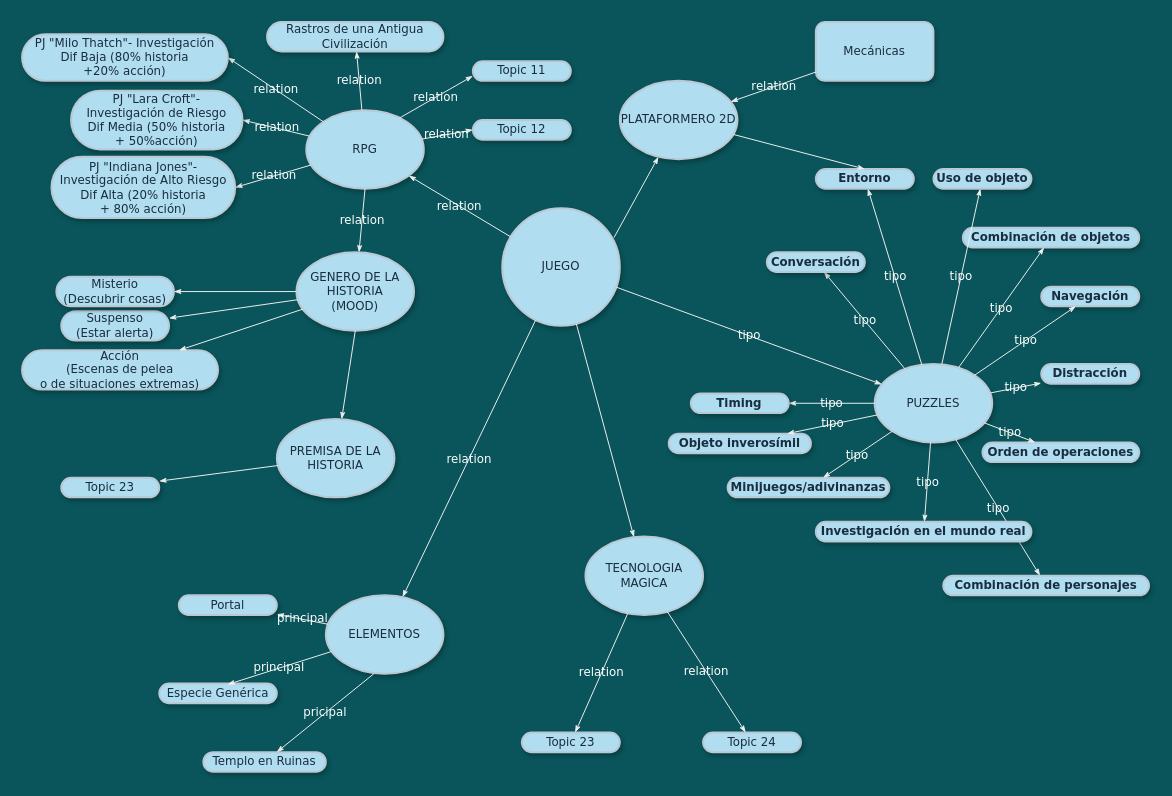
aixairupe/DiagramasRPG keeps this draw.io diagram as page "Page-1" (1 of 2) of mental_map_worldbuilding.drawio. Above is the earlier version. Source tidied: cells renumbered, new cells numbered last; positions are measured from the earlier drawing's top-left corner, leaving out a move shared by most shapes. Both pictures are drawn from the tidied source at 98%, with x=0, y=0 at pixel (22, 22).
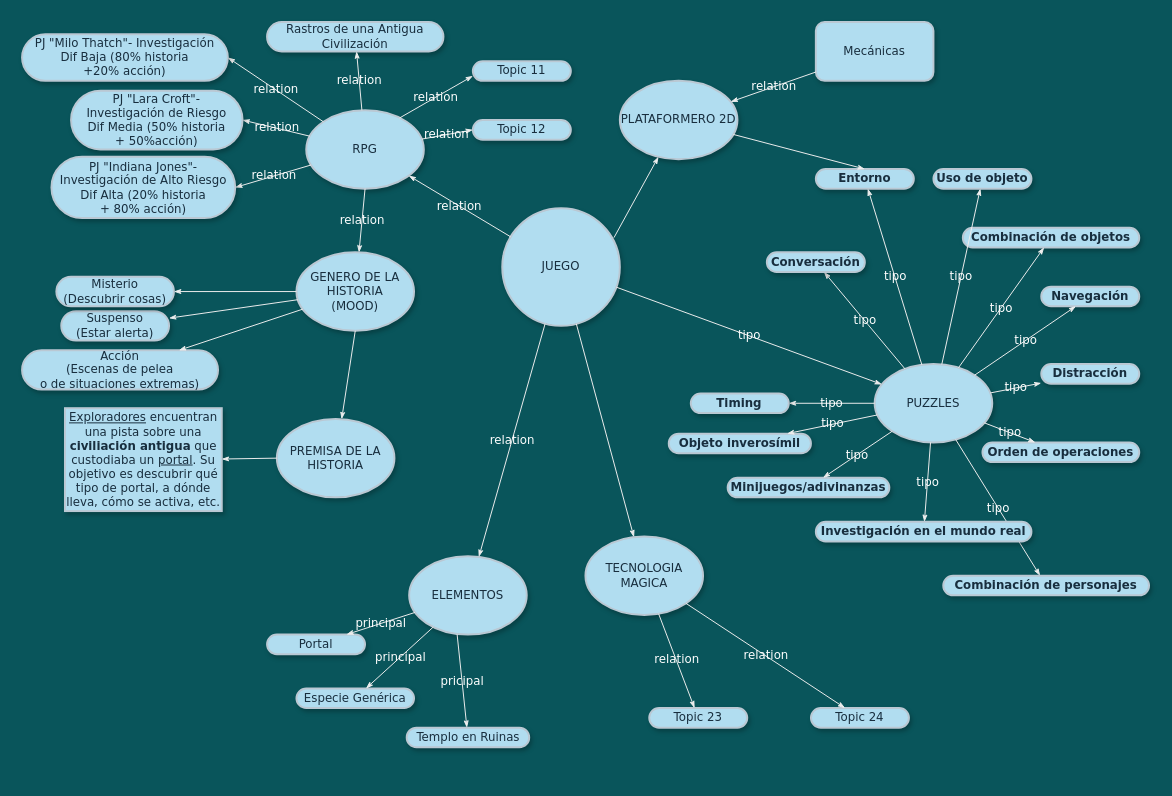
The same page after the edit.

What changed in the source:
```diff
@@
     <mxCell id="7" value="ELEMENTOS" style="ellipse;whiteSpace=wrap;html=1;rounded=1;shadow=1;comic=0;labelBackgroundColor=none;strokeWidth=2;fontFamily=Verdana;fontSize=12;align=center;fillColor=#B1DDF0;strokeColor=#BAC8D3;fontColor=#182E3E;" parent="1" vertex="1">
-      <mxGeometry x="310" y="585" width="120" height="80" as="geometry" />
+      <mxGeometry x="395" y="545" width="120" height="80" as="geometry" />
     </mxCell>
@@
     <mxCell id="36" value="&lt;span&gt;Topic 24&lt;/span&gt;" style="whiteSpace=wrap;html=1;rounded=1;shadow=1;comic=0;labelBackgroundColor=none;strokeWidth=2;fontFamily=Verdana;fontSize=12;align=center;arcSize=50;fillColor=#B1DDF0;strokeColor=#BAC8D3;fontColor=#182E3E;" parent="1" vertex="1">
-      <mxGeometry x="694.9" y="725" width="100" height="20" as="geometry" />
+      <mxGeometry x="805" y="700" width="100" height="20" as="geometry" />
     </mxCell>
     <mxCell id="37" value="&lt;span&gt;Topic 23&lt;/span&gt;" style="whiteSpace=wrap;html=1;rounded=1;shadow=1;comic=0;labelBackgroundColor=none;strokeWidth=2;fontFamily=Verdana;fontSize=12;align=center;arcSize=50;fillColor=#B1DDF0;strokeColor=#BAC8D3;fontColor=#182E3E;" parent="1" vertex="1">
-      <mxGeometry x="510" y="725" width="100" height="20" as="geometry" />
+      <mxGeometry x="640" y="700" width="100" height="20" as="geometry" />
     </mxCell>
@@
     <mxCell id="40" value="&lt;div&gt;Portal&lt;/div&gt;" style="whiteSpace=wrap;html=1;rounded=1;shadow=1;comic=0;labelBackgroundColor=none;strokeWidth=2;fontFamily=Verdana;fontSize=12;align=center;arcSize=50;fillColor=#B1DDF0;strokeColor=#BAC8D3;fontColor=#182E3E;" parent="1" vertex="1">
-      <mxGeometry x="160" y="585" width="100" height="20" as="geometry" />
+      <mxGeometry x="250" y="625" width="100" height="20" as="geometry" />
     </mxCell>
@@
     <mxCell id="48" value="Templo en Ruinas" style="whiteSpace=wrap;html=1;rounded=1;shadow=1;comic=0;labelBackgroundColor=none;strokeWidth=2;fontFamily=Verdana;fontSize=12;align=center;arcSize=50;fillColor=#B1DDF0;strokeColor=#BAC8D3;fontColor=#182E3E;" parent="1" vertex="1">
-      <mxGeometry x="185" y="745" width="125" height="20" as="geometry" />
+      <mxGeometry x="392.5" y="720" width="125" height="20" as="geometry" />
     </mxCell>
@@
     <mxCell id="50" value="Especie Genérica" style="whiteSpace=wrap;html=1;rounded=1;shadow=1;comic=0;labelBackgroundColor=none;strokeWidth=2;fontFamily=Verdana;fontSize=12;align=center;arcSize=50;fillColor=#B1DDF0;strokeColor=#BAC8D3;fontColor=#182E3E;" parent="1" vertex="1">
-      <mxGeometry x="140" y="675" width="120" height="20" as="geometry" />
+      <mxGeometry x="280" y="680" width="120" height="20" as="geometry" />
     </mxCell>
-    <mxCell id="51" value="principal" style="edgeStyle=none;rounded=1;html=1;labelBackgroundColor=none;startArrow=none;startFill=0;startSize=5;endArrow=classicThin;endFill=1;endSize=5;jettySize=auto;strokeColor=#EEEEEE;strokeWidth=1;fontFamily=Verdana;fontSize=12;fontColor=#FFFFFF;entryX=0.58;entryY=0.05;entryDx=0;entryDy=0;entryPerimeter=0;" parent="1" edge="1" source="7" target="50">
+    <mxCell id="51" value="principal" style="edgeStyle=none;rounded=1;html=1;labelBackgroundColor=none;startArrow=none;startFill=0;startSize=5;endArrow=classicThin;endFill=1;endSize=5;jettySize=auto;strokeColor=#EEEEEE;strokeWidth=1;fontFamily=Verdana;fontSize=12;fontColor=#FFFFFF;" parent="1" edge="1" source="7" target="50">
       <mxGeometry relative="1" as="geometry" />
     </mxCell>
@@
-    <mxCell id="67" value="&lt;span&gt;Topic 23&lt;/span&gt;" style="whiteSpace=wrap;html=1;rounded=1;shadow=1;comic=0;labelBackgroundColor=none;strokeWidth=2;fontFamily=Verdana;fontSize=12;align=center;arcSize=50;fillColor=#B1DDF0;strokeColor=#BAC8D3;fontColor=#182E3E;" parent="1" vertex="1">
-      <mxGeometry x="40" y="465" width="100" height="20" as="geometry" />
+    <mxCell id="67" value="&lt;u&gt;Exploradores&lt;/u&gt; encuentran una pista sobre una &lt;b&gt;civiliación antigua&lt;/b&gt; que custodiaba un &lt;u&gt;portal&lt;/u&gt;. Su objetivo es descubrir qué tipo de portal, a dónde lleva, cómo se activa, etc." style="whiteSpace=wrap;html=1;rounded=0;shadow=1;comic=0;labelBackgroundColor=none;strokeWidth=2;fontFamily=Verdana;fontSize=12;align=center;arcSize=50;fillColor=#B1DDF0;strokeColor=#BAC8D3;fontColor=#182E3E;" parent="1" vertex="1">
+      <mxGeometry x="43.8" y="394" width="160" height="105" as="geometry" />
     </mxCell>
```
